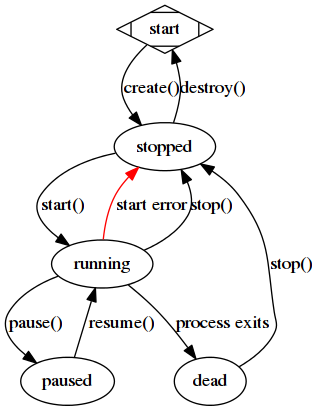
The Graphviz diagram Documentation/state-machine.png in yandex/porto, before a commit. Its source is kept beside it as Documentation/state-machine.gv. Its diagram source:
```dot
digraph StateMachine {
	start [shape=Mdiamond];
	start -> stopped [label="create()"];
	stopped -> start [label="destroy()"];
	stopped -> running [label="start()"];
	running -> stopped [label="start error",color=red];
	running -> stopped [label="stop()"];
	running -> paused [label="pause()"];
	paused -> running [label="resume()"];
	running -> dead [label="process exits"];
	dead -> stopped [label="stop()"];
}
```
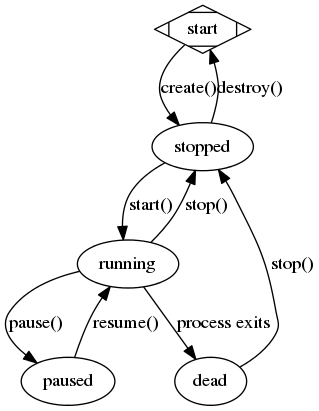
The same file after the commit.

Commit message:
doc: remove error from state machine graph

The edit, as a diff of the source:
```diff
@@ -3,7 +3,6 @@
 	start -> stopped [label="create()"];
 	stopped -> start [label="destroy()"];
 	stopped -> running [label="start()"];
-	running -> stopped [label="start error",color=red];
 	running -> stopped [label="stop()"];
 	running -> paused [label="pause()"];
 	paused -> running [label="resume()"];
```
